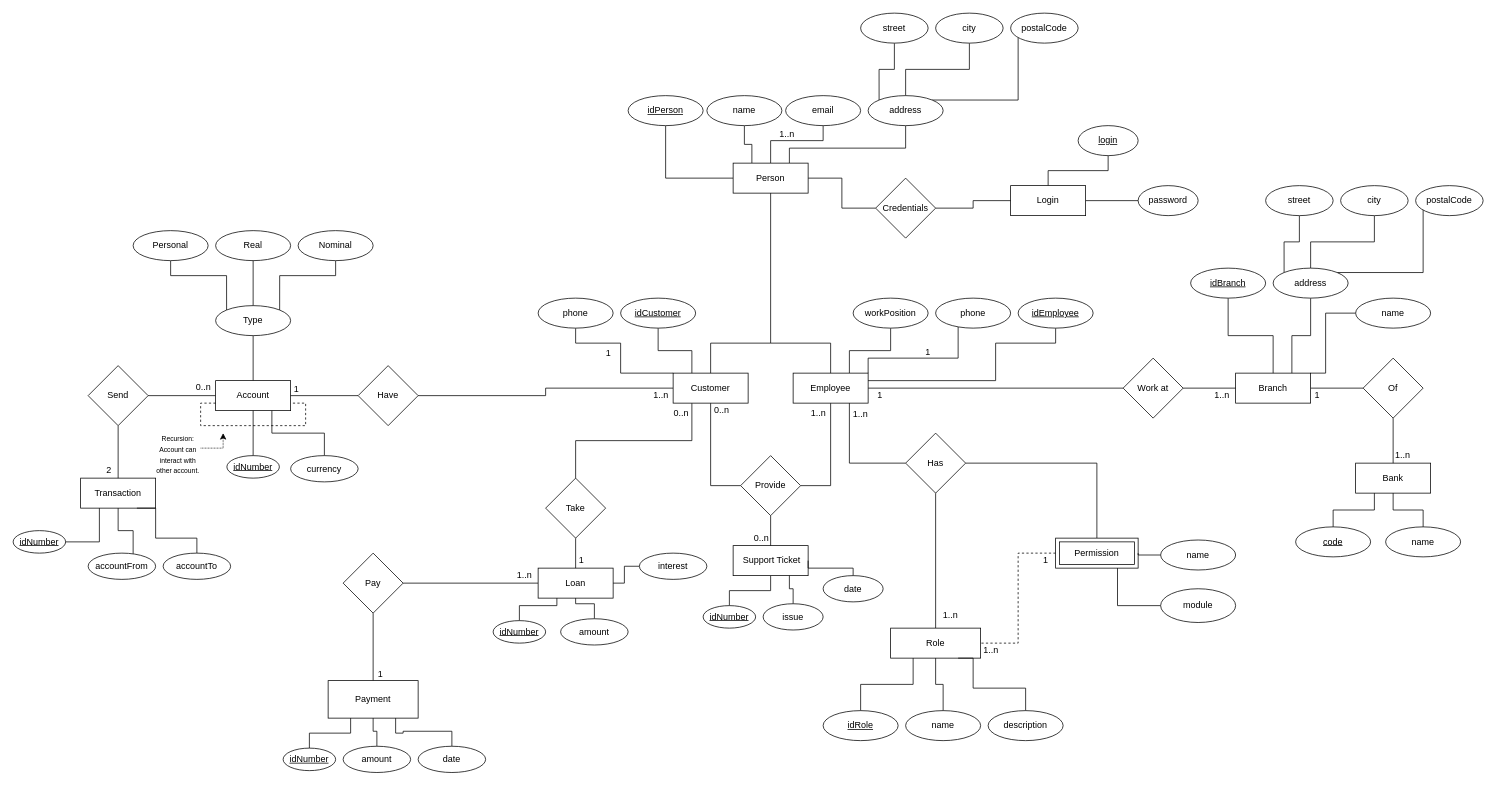
verbima1/B0B36DBS keeps this draw.io diagram as Bank Management System.drawio. Above is the earlier version. Source tidied: cells renumbered, new cells numbered last; positions are measured from the earlier drawing's top-left corner, leaving out a move shared by most shapes. Both pictures are drawn from the tidied source at 75%, with x=0, y=0 at pixel (13, 13).
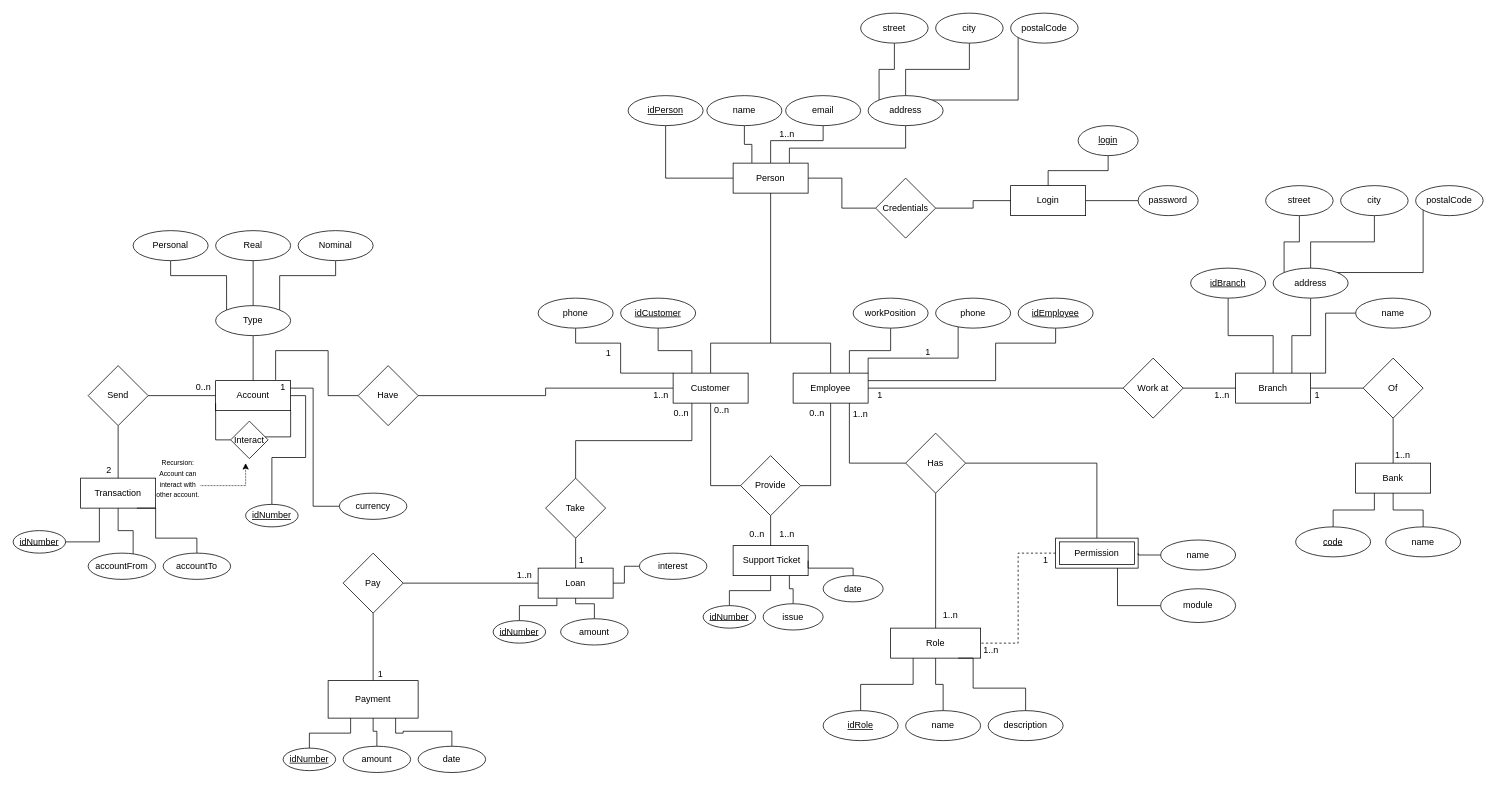
After the change.

The change refers to these unchanged cells:
```xml
<mxCell id="13" value="Account" style="whiteSpace=wrap;html=1;align=center;" parent="1" vertex="1">
  <mxGeometry x="270" y="490" width="100" height="40" as="geometry" />
</mxCell>
<mxCell id="41" value="Have" style="rhombus;whiteSpace=wrap;html=1;" parent="1" vertex="1">
  <mxGeometry x="460" y="470" width="80" height="80" as="geometry" />
</mxCell>
```

What changed in the source:
```diff
@@
-    <mxCell id="40" style="edgeStyle=orthogonalEdgeStyle;rounded=0;sketch=0;jettySize=auto;html=1;endArrow=none;endFill=0;" parent="1" edge="1" source="41" target="13">
+    <mxCell id="40" style="edgeStyle=orthogonalEdgeStyle;rounded=0;sketch=0;jettySize=auto;html=1;endArrow=none;endFill=0;entryX=0.25;entryY=0;entryDx=0;entryDy=0;" parent="1" edge="1" source="41" target="152">
       <mxGeometry relative="1" as="geometry" />
     </mxCell>
@@
-    <mxCell id="98" style="edgeStyle=orthogonalEdgeStyle;rounded=0;jettySize=auto;html=1;endArrow=none;endFill=0;entryX=0.5;entryY=1;entryDx=0;entryDy=0;" parent="1" edge="1" source="99" target="13">
+    <mxCell id="98" style="edgeStyle=orthogonalEdgeStyle;rounded=0;jettySize=auto;html=1;endArrow=none;endFill=0;entryX=1;entryY=0.5;entryDx=0;entryDy=0;" parent="1" edge="1" source="99" target="13">
       <mxGeometry relative="1" as="geometry" />
     </mxCell>
     <mxCell id="99" value="idNumber" style="ellipse;whiteSpace=wrap;html=1;align=center;fontStyle=4;" parent="1" vertex="1">
-      <mxGeometry x="285" y="590" width="70" height="30" as="geometry" />
+      <mxGeometry x="310" y="655" width="70" height="30" as="geometry" />
     </mxCell>
-    <mxCell id="100" style="edgeStyle=orthogonalEdgeStyle;rounded=0;jettySize=auto;html=1;entryX=0.75;entryY=1;entryDx=0;entryDy=0;endArrow=none;endFill=0;" parent="1" edge="1" source="101" target="13">
-      <mxGeometry relative="1" as="geometry" />
+    <mxCell id="100" style="edgeStyle=orthogonalEdgeStyle;rounded=0;jettySize=auto;html=1;entryX=1;entryY=0.25;entryDx=0;entryDy=0;endArrow=none;endFill=0;" parent="1" edge="1" source="101" target="13">
+      <mxGeometry relative="1" as="geometry">
+        <Array as="points">
+          <mxPoint x="400" y="657" />
+          <mxPoint x="400" y="500" />
+        </Array>
+      </mxGeometry>
     </mxCell>
     <mxCell id="101" value="currency" style="ellipse;whiteSpace=wrap;html=1;align=center;direction=south;" parent="1" vertex="1">
-      <mxGeometry x="370" y="590" width="90" height="35" as="geometry" />
+      <mxGeometry x="435" y="640" width="90" height="35" as="geometry" />
     </mxCell>
@@
     <mxCell id="138" value="0..n" style="text;html=1;strokeColor=none;fillColor=none;align=center;verticalAlign=middle;whiteSpace=wrap;rounded=0;" parent="1" vertex="1">
-      <mxGeometry x="978" y="690" width="40" height="20" as="geometry" />
+      <mxGeometry x="972" y="685" width="40" height="20" as="geometry" />
     </mxCell>
     <mxCell id="139" value="&lt;div&gt;1..n&lt;/div&gt;" style="text;html=1;strokeColor=none;fillColor=none;align=center;verticalAlign=middle;whiteSpace=wrap;rounded=0;" parent="1" vertex="1">
-      <mxGeometry x="1054" y="523" width="40" height="20" as="geometry" />
+      <mxGeometry x="1012" y="685" width="40" height="20" as="geometry" />
     </mxCell>
@@
     <mxCell id="152" value="1" style="text;html=1;strokeColor=none;fillColor=none;align=center;verticalAlign=middle;whiteSpace=wrap;rounded=0;" parent="1" vertex="1">
-      <mxGeometry x="358" y="491" width="40" height="20" as="geometry" />
+      <mxGeometry x="340" y="489" width="40" height="20" as="geometry" />
     </mxCell>
@@
-    <mxCell id="158" style="edgeStyle=orthogonalEdgeStyle;rounded=0;orthogonalLoop=1;jettySize=auto;html=1;exitX=0;exitY=0.75;exitDx=0;exitDy=0;entryX=1;entryY=0.75;entryDx=0;entryDy=0;dashed=1;endArrow=none;endFill=0;" parent="1" edge="1" source="13" target="13">
-      <mxGeometry relative="1" as="geometry" />
-    </mxCell>
     <mxCell id="159" style="edgeStyle=orthogonalEdgeStyle;rounded=0;jettySize=auto;html=1;dashed=1;fontSize=8;endArrow=classic;endFill=1;dashPattern=1 1;" parent="1" edge="1" source="160">
       <mxGeometry relative="1" as="geometry">
-        <mxPoint x="280" y="560" as="targetPoint" />
+        <mxPoint x="310" y="600" as="targetPoint" />
         <Array as="points">
-          <mxPoint x="280" y="580" />
+          <mxPoint x="310" y="630" />
         </Array>
       </mxGeometry>
     </mxCell>
     <mxCell id="160" value="&lt;font style=&quot;font-size: 9px&quot;&gt;Recursion:&lt;br&gt;Account can interact with other account. &lt;br&gt;&lt;/font&gt;" style="text;html=1;strokeColor=none;fillColor=none;align=center;verticalAlign=middle;whiteSpace=wrap;rounded=0;" parent="1" vertex="1">
-      <mxGeometry x="190" y="540" width="60" height="95" as="geometry" />
+      <mxGeometry x="190" y="572.5" width="60" height="95" as="geometry" />
     </mxCell>
@@
+    <mxCell id="163" value="0..n" style="text;html=1;strokeColor=none;fillColor=none;align=center;verticalAlign=middle;whiteSpace=wrap;rounded=0;" parent="1" vertex="1">
+      <mxGeometry x="1052" y="524" width="40" height="20" as="geometry" />
+    </mxCell>
+    <mxCell id="164" style="edgeStyle=orthogonalEdgeStyle;rounded=0;jettySize=auto;html=1;exitX=0;exitY=0.5;exitDx=0;exitDy=0;entryX=0;entryY=0.75;entryDx=0;entryDy=0;endArrow=none;sketch=0;endFill=0;" parent="1" edge="1" source="166" target="13">
+      <mxGeometry relative="1" as="geometry" />
+    </mxCell>
+    <mxCell id="165" style="edgeStyle=orthogonalEdgeStyle;rounded=0;jettySize=auto;html=1;entryX=1;entryY=1;entryDx=0;entryDy=0;endArrow=none;sketch=0;endFill=0;" parent="1" edge="1" source="166" target="13">
+      <mxGeometry relative="1" as="geometry">
+        <Array as="points">
+          <mxPoint x="370" y="565" />
+        </Array>
+      </mxGeometry>
+    </mxCell>
+    <mxCell id="166" value="&lt;div&gt;Interact&lt;/div&gt;" style="rhombus;whiteSpace=wrap;html=1;" parent="1" vertex="1">
+      <mxGeometry x="290" y="544" width="50" height="50" as="geometry" />
+    </mxCell>
```
